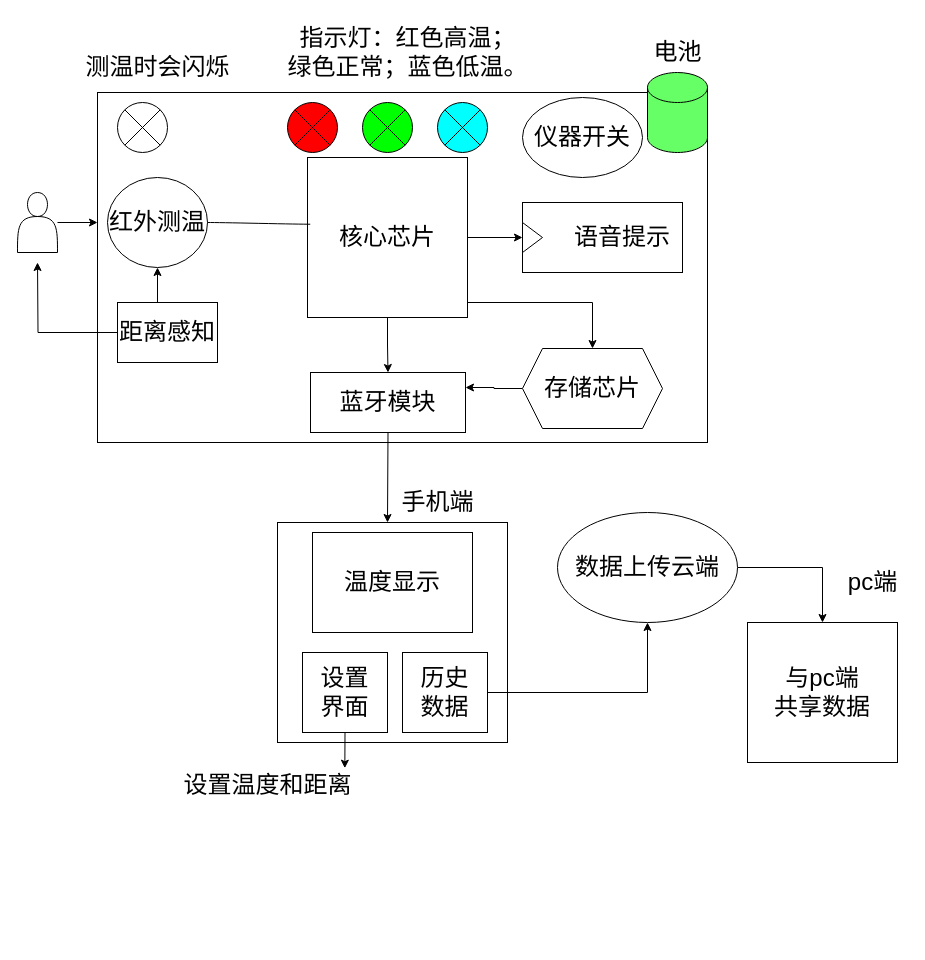
Earlier version of the draw.io diagram gongjiao1.drawio (Zha0-Hu1/diaw.io). Source tidied: cells renumbered, new cells numbered last; positions are measured from the earlier drawing's top-left corner, leaving out a move shared by most shapes. Both pictures are drawn from the tidied source at 100%, with x=0, y=0 at pixel (17, 17).
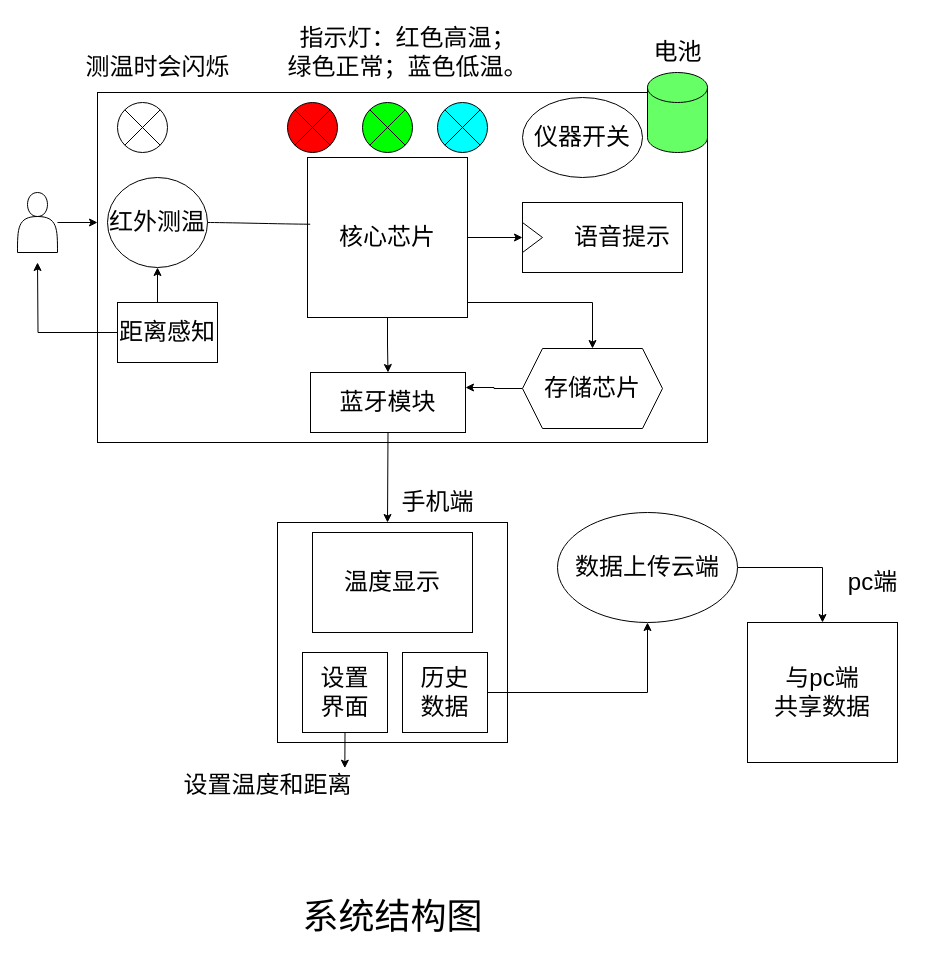
The same page after the edit.

Diff of the diagram source:
```diff
@@
+    <mxCell id="41" value="&lt;font style=&quot;font-size: 36px;&quot;&gt;系统结构图&lt;/font&gt;" style="text;html=1;align=center;verticalAlign=middle;strokeColor=none;fillColor=none;" parent="1" vertex="1">
+      <mxGeometry x="276" y="871" width="198" height="55" as="geometry" />
+    </mxCell>
```
